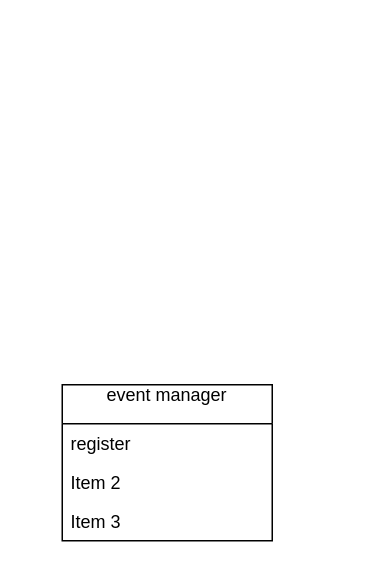
Above: model.drawio in avshrs/Avshrs_Switch_Array_PI (draw.io), before the change. Source tidied: cells renumbered, new cells numbered last; positions are measured from the earlier drawing's top-left corner, leaving out a move shared by most shapes. Both pictures are drawn from the tidied source at 150%, with x=0, y=0 at pixel (62, 384).
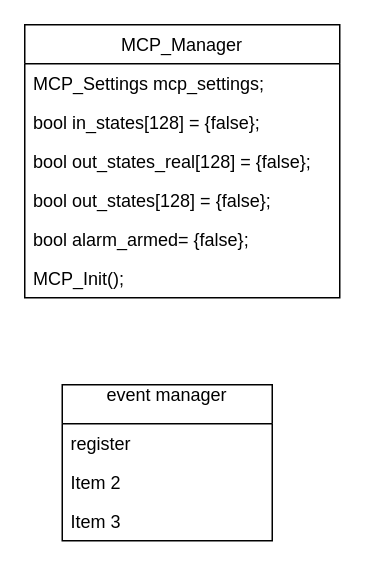
After the change.

What changed in the source:
```diff
@@
 <mxGraphModel>
   <root>
     <mxCell id="0" />
     <mxCell id="1" parent="0" />
     <mxCell id="2" value="event manager&#10;" style="swimlane;fontStyle=0;horizontal=1;startSize=26;" parent="1" vertex="1">
       <mxGeometry width="140" height="104" as="geometry" />
     </mxCell>
     <mxCell id="3" value="register " style="text;strokeColor=none;fillColor=none;align=left;verticalAlign=top;spacingLeft=4;spacingRight=4;overflow=hidden;" parent="2" vertex="1">
       <mxGeometry y="26" width="140" height="26" as="geometry" />
     </mxCell>
     <mxCell id="4" value="Item 2" style="text;strokeColor=none;fillColor=none;align=left;verticalAlign=top;spacingLeft=4;spacingRight=4;overflow=hidden;" parent="2" vertex="1">
       <mxGeometry y="52" width="140" height="26" as="geometry" />
     </mxCell>
     <mxCell id="5" value="Item 3" style="text;strokeColor=none;fillColor=none;align=left;verticalAlign=top;spacingLeft=4;spacingRight=4;overflow=hidden;" parent="2" vertex="1">
       <mxGeometry y="78" width="140" height="26" as="geometry" />
     </mxCell>
+    <mxCell id="6" value="MCP_Manager" style="swimlane;fontStyle=0;horizontal=1;startSize=26;" parent="1" vertex="1">
+      <mxGeometry x="-25" y="-240" width="210" height="182" as="geometry" />
+    </mxCell>
+    <mxCell id="7" value="MCP_Settings mcp_settings;" style="text;strokeColor=none;fillColor=none;align=left;verticalAlign=top;spacingLeft=4;spacingRight=4;overflow=hidden;" parent="6" vertex="1">
+      <mxGeometry y="26" width="210" height="26" as="geometry" />
+    </mxCell>
+    <mxCell id="8" value="bool in_states[128] = {false};" style="text;strokeColor=none;fillColor=none;align=left;verticalAlign=top;spacingLeft=4;spacingRight=4;overflow=hidden;" parent="6" vertex="1">
+      <mxGeometry y="52" width="210" height="26" as="geometry" />
+    </mxCell>
+    <mxCell id="9" value="bool out_states_real[128] = {false};" style="text;strokeColor=none;fillColor=none;align=left;verticalAlign=top;spacingLeft=4;spacingRight=4;overflow=hidden;" parent="6" vertex="1">
+      <mxGeometry y="78" width="210" height="26" as="geometry" />
+    </mxCell>
+    <mxCell id="10" value="bool out_states[128] = {false};" style="text;strokeColor=none;fillColor=none;align=left;verticalAlign=top;spacingLeft=4;spacingRight=4;overflow=hidden;" parent="6" vertex="1">
+      <mxGeometry y="104" width="210" height="26" as="geometry" />
+    </mxCell>
+    <mxCell id="11" value="bool alarm_armed= {false};" style="text;strokeColor=none;fillColor=none;align=left;verticalAlign=top;spacingLeft=4;spacingRight=4;overflow=hidden;" parent="6" vertex="1">
+      <mxGeometry y="130" width="210" height="26" as="geometry" />
+    </mxCell>
+    <mxCell id="12" value="MCP_Init();" style="text;strokeColor=none;fillColor=none;align=left;verticalAlign=top;spacingLeft=4;spacingRight=4;overflow=hidden;" parent="6" vertex="1">
+      <mxGeometry y="156" width="210" height="26" as="geometry" />
+    </mxCell>
   </root>
 </mxGraphModel>
```
